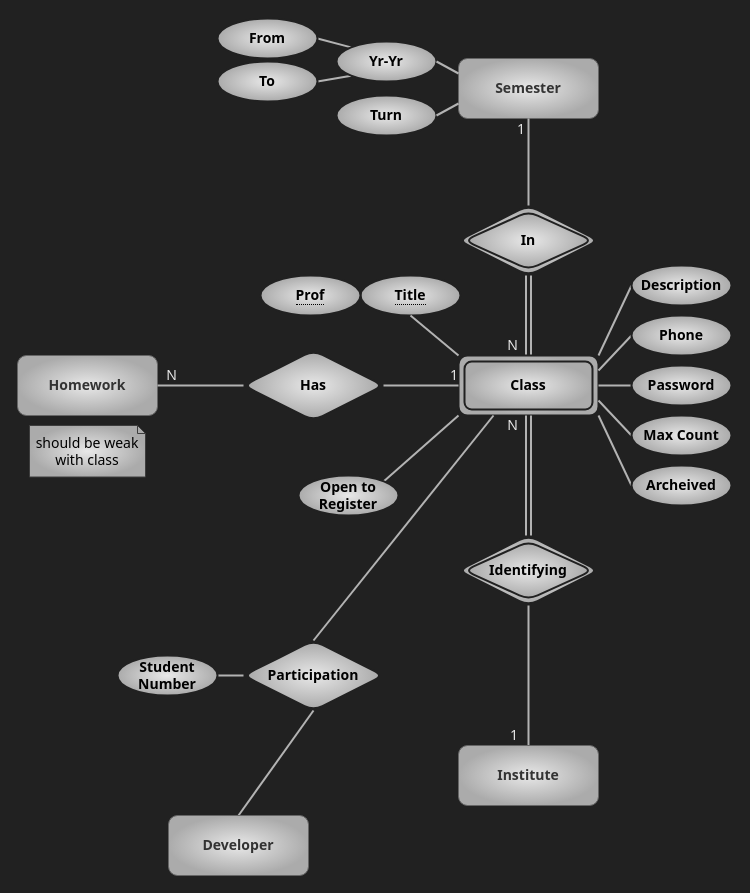
The draw.io diagram page "education" (5 of 5) of er.drawio in kntu-db/quera-db, before the edit. Source tidied: cells renumbered, new cells numbered last; positions are measured from the earlier drawing's top-left corner, leaving out a move shared by most shapes. Both pictures are drawn from the tidied source at 100%, with x=0, y=0 at pixel (17, 18).
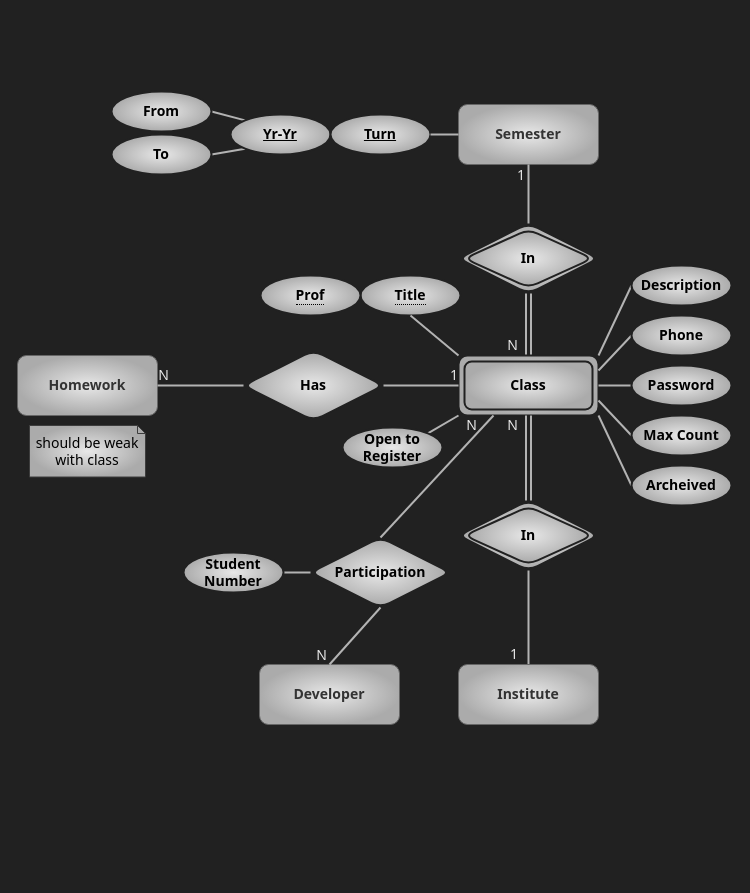
The same diagram, later.

The change refers to these unchanged cells:
```xml
<mxCell id="14" value="Class" style="shape=ext;margin=3;double=1;whiteSpace=wrap;html=1;align=center;rounded=1;labelBackgroundColor=none;fontFamily=Tahoma;fontSize=14;fontColor=#000000;fillColor=#E8E8E8;gradientColor=#ABABAB;gradientDirection=radial;fontStyle=1;strokeColor=#212121;strokeWidth=2;glass=0;" parent="1" vertex="1">
  <mxGeometry x="441" y="337" width="140" height="60" as="geometry" />
</mxCell>
<mxCell id="43" style="endArrow=none;html=1;rounded=0;shadow=0;sketch=0;fontFamily=Tahoma;fontSize=14;fontColor=#E8E8E8;strokeWidth=2;fillColor=none;strokeColor=#B3B3B3;entryX=1;entryY=0.5;entryDx=0;entryDy=0;exitX=0;exitY=0.5;exitDx=0;exitDy=0;" parent="1" edge="1" source="41" target="42">
  <mxGeometry relative="1" as="geometry" />
</mxCell>
```

Change to the diagram source:
```diff
@@
     <mxCell id="2" value="Semester" style="whiteSpace=wrap;html=1;align=center;fontFamily=Tahoma;rounded=1;fillColor=#E8E8E8;strokeColor=#666666;fontColor=#333333;gradientColor=#ABABAB;gradientDirection=radial;fontSize=14;labelBackgroundColor=none;fontStyle=1;" parent="1" vertex="1">
-      <mxGeometry x="441" y="40" width="140" height="60" as="geometry" />
+      <mxGeometry x="441" y="86" width="140" height="60" as="geometry" />
     </mxCell>
@@
-    <mxCell id="5" value="Yr-Yr" style="ellipse;whiteSpace=wrap;html=1;align=center;rounded=1;labelBackgroundColor=none;fontFamily=Tahoma;fontSize=14;fontColor=#000000;strokeColor=#212121;strokeWidth=2;fillColor=#E8E8E8;gradientColor=#ABABAB;gradientDirection=radial;fontStyle=1;" parent="1" vertex="1">
-      <mxGeometry x="319" y="23" width="100" height="40" as="geometry" />
+    <mxCell id="5" value="Yr-Yr" style="ellipse;whiteSpace=wrap;html=1;align=center;rounded=1;labelBackgroundColor=none;fontFamily=Tahoma;fontSize=14;fontColor=#000000;strokeColor=#212121;strokeWidth=2;fillColor=#E8E8E8;gradientColor=#ABABAB;gradientDirection=radial;fontStyle=5;" parent="1" vertex="1">
+      <mxGeometry x="213" y="96" width="100" height="40" as="geometry" />
     </mxCell>
-    <mxCell id="6" value="Turn" style="ellipse;whiteSpace=wrap;html=1;align=center;rounded=1;labelBackgroundColor=none;fontFamily=Tahoma;fontSize=14;fontColor=#000000;strokeColor=#212121;strokeWidth=2;fillColor=#E8E8E8;gradientColor=#ABABAB;gradientDirection=radial;fontStyle=1;" parent="1" vertex="1">
-      <mxGeometry x="319" y="77" width="100" height="40" as="geometry" />
+    <mxCell id="6" value="Turn" style="ellipse;whiteSpace=wrap;html=1;align=center;rounded=1;labelBackgroundColor=none;fontFamily=Tahoma;fontSize=14;fontColor=#000000;strokeColor=#212121;strokeWidth=2;fillColor=#E8E8E8;gradientColor=#ABABAB;gradientDirection=radial;fontStyle=5;" parent="1" vertex="1">
+      <mxGeometry x="313" y="96" width="100" height="40" as="geometry" />
     </mxCell>
-    <mxCell id="7" style="endArrow=none;html=1;rounded=1;fontFamily=Tahoma;fontSize=14;fontColor=#000000;strokeWidth=2;sketch=0;shadow=0;fillColor=none;strokeColor=#B3B3B3;exitX=1;exitY=0.5;exitDx=0;exitDy=0;entryX=0;entryY=0.25;entryDx=0;entryDy=0;" parent="1" edge="1" source="5" target="2">
-      <mxGeometry relative="1" as="geometry" />
-    </mxCell>
-    <mxCell id="8" style="endArrow=none;html=1;rounded=1;fontFamily=Tahoma;fontSize=14;fontColor=#000000;strokeWidth=2;sketch=0;shadow=0;fillColor=none;strokeColor=#B3B3B3;exitX=1;exitY=0.5;exitDx=0;exitDy=0;entryX=0;entryY=0.75;entryDx=0;entryDy=0;" parent="1" edge="1" source="6" target="2">
+    <mxCell id="8" style="endArrow=none;html=1;rounded=1;fontFamily=Tahoma;fontSize=14;fontColor=#000000;strokeWidth=2;sketch=0;shadow=0;fillColor=none;strokeColor=#B3B3B3;exitX=1;exitY=0.5;exitDx=0;exitDy=0;entryX=0;entryY=0.5;entryDx=0;entryDy=0;" parent="1" edge="1" source="6" target="2">
       <mxGeometry relative="1" as="geometry" />
     </mxCell>
@@
     <mxCell id="11" value="In" style="shape=rhombus;double=1;perimeter=rhombusPerimeter;whiteSpace=wrap;html=1;align=center;rounded=1;labelBackgroundColor=none;fontFamily=Tahoma;fontSize=14;fontColor=#000000;strokeColor=#212121;strokeWidth=2;fillColor=#E8E8E8;gradientColor=#ABABAB;gradientDirection=radial;fontStyle=1;" parent="1" vertex="1">
-      <mxGeometry x="441" y="187" width="140" height="70" as="geometry" />
+      <mxGeometry x="441" y="205" width="140" height="70" as="geometry" />
     </mxCell>
@@
-    <mxCell id="27" value="Identifying" style="shape=rhombus;double=1;perimeter=rhombusPerimeter;whiteSpace=wrap;html=1;align=center;rounded=1;labelBackgroundColor=none;fontFamily=Tahoma;fontSize=14;fontColor=#000000;strokeColor=#212121;strokeWidth=2;fillColor=#E8E8E8;gradientColor=#ABABAB;gradientDirection=radial;fontStyle=1;" parent="1" vertex="1">
-      <mxGeometry x="441" y="517" width="140" height="70" as="geometry" />
+    <mxCell id="27" value="In" style="shape=rhombus;double=1;perimeter=rhombusPerimeter;whiteSpace=wrap;html=1;align=center;rounded=1;labelBackgroundColor=none;fontFamily=Tahoma;fontSize=14;fontColor=#000000;strokeColor=#212121;strokeWidth=2;fillColor=#E8E8E8;gradientColor=#ABABAB;gradientDirection=radial;fontStyle=1;" parent="1" vertex="1">
+      <mxGeometry x="441" y="482" width="140" height="70" as="geometry" />
     </mxCell>
@@
     <mxCell id="30" value="Institute" style="whiteSpace=wrap;html=1;align=center;fontFamily=Tahoma;rounded=1;fillColor=#E8E8E8;strokeColor=#666666;fontColor=#333333;gradientColor=#ABABAB;gradientDirection=radial;fontSize=14;labelBackgroundColor=none;fontStyle=1;" parent="1" vertex="1">
-      <mxGeometry x="441" y="727" width="140" height="60" as="geometry" />
+      <mxGeometry x="441" y="646" width="140" height="60" as="geometry" />
     </mxCell>
-    <mxCell id="31" style="endArrow=none;html=1;rounded=1;fontFamily=Tahoma;fontSize=14;fontColor=#000000;strokeWidth=2;sketch=0;shadow=0;fillColor=none;strokeColor=#B3B3B3;entryX=0.25;entryY=1;entryDx=0;entryDy=0;startArrow=none;exitX=0.5;exitY=0;exitDx=0;exitDy=0;" parent="1" edge="1" source="32" target="14">
-      <mxGeometry relative="1" as="geometry" />
-    </mxCell>
     <mxCell id="32" value="Participation" style="shape=rhombus;perimeter=rhombusPerimeter;whiteSpace=wrap;html=1;align=center;rounded=1;labelBackgroundColor=none;fontFamily=Tahoma;fontSize=14;fontColor=#000000;strokeColor=#212121;strokeWidth=2;fillColor=#E8E8E8;gradientColor=#ABABAB;gradientDirection=radial;fontStyle=1;" parent="1" vertex="1">
-      <mxGeometry x="226" y="622" width="140" height="70" as="geometry" />
+      <mxGeometry x="293" y="519" width="140" height="70" as="geometry" />
     </mxCell>
-    <mxCell id="33" style="endArrow=none;html=1;rounded=1;fontFamily=Tahoma;fontSize=14;fontColor=#000000;strokeWidth=2;sketch=0;shadow=0;fillColor=none;strokeColor=#B3B3B3;entryX=0.5;entryY=1;entryDx=0;entryDy=0;exitX=0.5;exitY=0;exitDx=0;exitDy=0;" parent="1" edge="1" source="34" target="32">
-      <mxGeometry relative="1" as="geometry" />
-    </mxCell>
     <mxCell id="34" value="Developer" style="whiteSpace=wrap;html=1;align=center;fontFamily=Tahoma;rounded=1;fillColor=#E8E8E8;strokeColor=#666666;fontColor=#333333;gradientColor=#ABABAB;gradientDirection=radial;fontSize=14;labelBackgroundColor=none;fontStyle=1;" parent="1" vertex="1">
-      <mxGeometry x="151" y="797" width="140" height="60" as="geometry" />
+      <mxGeometry x="242" y="646" width="140" height="60" as="geometry" />
     </mxCell>
@@
     <mxCell id="36" value="Student Number" style="ellipse;whiteSpace=wrap;html=1;align=center;rounded=1;labelBackgroundColor=none;fontFamily=Tahoma;fontSize=14;fontColor=#000000;strokeColor=#212121;strokeWidth=2;fillColor=#E8E8E8;gradientColor=#ABABAB;gradientDirection=radial;fontStyle=1;" parent="1" vertex="1">
-      <mxGeometry x="100" y="637" width="100" height="40" as="geometry" />
+      <mxGeometry x="166" y="534" width="100" height="40" as="geometry" />
     </mxCell>
@@
     <mxCell id="38" value="Open to Register" style="ellipse;whiteSpace=wrap;html=1;align=center;rounded=1;labelBackgroundColor=none;fontFamily=Tahoma;fontSize=14;fontColor=#000000;strokeColor=#212121;strokeWidth=2;fillColor=#E8E8E8;gradientColor=#ABABAB;gradientDirection=radial;fontStyle=1;" parent="1" vertex="1">
-      <mxGeometry x="281" y="457" width="100" height="40" as="geometry" />
+      <mxGeometry x="325" y="409" width="100" height="40" as="geometry" />
     </mxCell>
@@
     <mxCell id="44" value="N" style="html=1;align=right;verticalAlign=bottom;rounded=1;shadow=0;glass=0;labelBackgroundColor=none;labelBorderColor=none;fontFamily=Tahoma;fontSize=14;fontColor=#E8E8E8;strokeColor=#3D3D3D;strokeWidth=1;fillColor=#E8E8E8;gradientColor=#ABABAB;gradientDirection=radial;" parent="43" vertex="1">
       <mxGeometry x="1" relative="1" as="geometry">
-        <mxPoint x="20" as="offset" />
+        <mxPoint x="12" as="offset" />
       </mxGeometry>
     </mxCell>
@@
     <mxCell id="49" value="From" style="ellipse;whiteSpace=wrap;html=1;align=center;rounded=1;labelBackgroundColor=none;fontFamily=Tahoma;fontSize=14;fontColor=#000000;strokeColor=#212121;strokeWidth=2;fillColor=#E8E8E8;gradientColor=#ABABAB;gradientDirection=radial;fontStyle=1;" parent="1" vertex="1">
-      <mxGeometry x="200" width="100" height="40" as="geometry" />
+      <mxGeometry x="94" y="73" width="100" height="40" as="geometry" />
     </mxCell>
     <mxCell id="50" value="To" style="ellipse;whiteSpace=wrap;html=1;align=center;rounded=1;labelBackgroundColor=none;fontFamily=Tahoma;fontSize=14;fontColor=#000000;strokeColor=#212121;strokeWidth=2;fillColor=#E8E8E8;gradientColor=#ABABAB;gradientDirection=radial;fontStyle=1;" parent="1" vertex="1">
-      <mxGeometry x="200" y="43" width="100" height="40" as="geometry" />
+      <mxGeometry x="94" y="116" width="100" height="40" as="geometry" />
     </mxCell>
+    <mxCell id="31" style="endArrow=none;html=1;rounded=0;shadow=0;sketch=0;fontFamily=Tahoma;fontSize=14;fontColor=#E8E8E8;strokeWidth=2;fillColor=none;strokeColor=#B3B3B3;exitX=0.5;exitY=0;exitDx=0;exitDy=0;entryX=0.25;entryY=1;entryDx=0;entryDy=0;" parent="1" edge="1" source="32" target="14">
+      <mxGeometry relative="1" as="geometry" />
+    </mxCell>
+    <mxCell id="51" value="N" style="html=1;align=right;verticalAlign=bottom;rounded=1;shadow=0;glass=0;labelBackgroundColor=none;labelBorderColor=none;fontFamily=Tahoma;fontSize=14;fontColor=#E8E8E8;strokeColor=#3D3D3D;strokeWidth=1;fillColor=#E8E8E8;gradientColor=#ABABAB;gradientDirection=radial;" parent="31" vertex="1">
+      <mxGeometry x="1" relative="1" as="geometry">
+        <mxPoint x="-16" y="20" as="offset" />
+      </mxGeometry>
+    </mxCell>
+    <mxCell id="52" style="endArrow=none;html=1;rounded=0;shadow=0;sketch=0;fontFamily=Tahoma;fontSize=14;fontColor=#E8E8E8;strokeWidth=2;fillColor=none;strokeColor=#B3B3B3;exitX=0.5;exitY=1;exitDx=0;exitDy=0;entryX=0.5;entryY=0;entryDx=0;entryDy=0;" parent="1" edge="1" source="32" target="34">
+      <mxGeometry relative="1" as="geometry" />
+    </mxCell>
+    <mxCell id="53" value="N" style="html=1;align=right;verticalAlign=bottom;rounded=1;shadow=0;glass=0;labelBackgroundColor=none;labelBorderColor=none;fontFamily=Tahoma;fontSize=14;fontColor=#E8E8E8;strokeColor=#3D3D3D;strokeWidth=1;fillColor=#E8E8E8;gradientColor=#ABABAB;gradientDirection=radial;" parent="52" vertex="1">
+      <mxGeometry x="1" relative="1" as="geometry">
+        <mxPoint x="-2" y="1" as="offset" />
+      </mxGeometry>
+    </mxCell>
```
